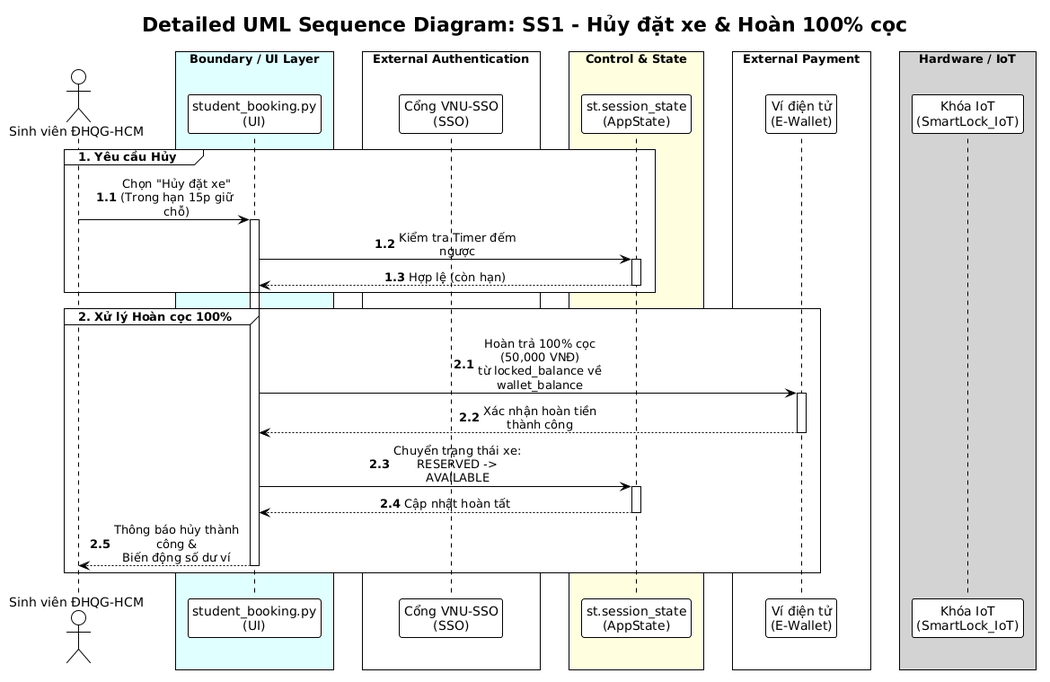
Dat-nguyen195/BTL_1_CNPM keeps this PlantUML diagram as docs/diagrams/Use-case detail-scenario/SS1/Sequence diagrams/UC_SS1_03_NguyenThanhDat_sequence.png. Above is the earlier version. The source it was exported from:
```plantuml
@startuml
!theme plain
skinparam sequenceMessageAlign center
skinparam maxMessageSize 150
skinparam BoxPadding 10

title "Detailed UML Sequence Diagram: SS1 - Hủy đặt xe & Hoàn 100% cọc"

actor "Sinh viên ĐHQG-HCM" as Student
box "Boundary / UI Layer" #LightCyan
participant "student_booking.py\n(UI)" as UI
end box
box "External Authentication" #White
participant "Cổng VNU-SSO\n(SSO)" as SSO
end box
box "Control & State" #LightYellow
participant "st.session_state\n(AppState)" as AppState
end box
box "External Payment" #White
participant "Ví điện tử\n(E-Wallet)" as EWallet
end box
box "Hardware / IoT" #LightGray
participant "Khóa IoT\n(SmartLock_IoT)" as SmartLock
end box

autonumber 1.1
group 1. Yêu cầu Hủy
    Student -> UI: Chọn "Hủy đặt xe"\n(Trong hạn 15p giữ chỗ)
    activate UI

    UI -> AppState: Kiểm tra Timer đếm ngược
    activate AppState
    AppState --> UI: Hợp lệ (còn hạn)
    deactivate AppState
end

autonumber 2.1
group 2. Xử lý Hoàn cọc 100%
    UI -> EWallet: Hoàn trả 100% cọc (50,000 VNĐ)\ntừ locked_balance về wallet_balance
    activate EWallet
    EWallet --> UI: Xác nhận hoàn tiền thành công
    deactivate EWallet

    UI -> AppState: Chuyển trạng thái xe:\nRESERVED -> AVAILABLE
    activate AppState
    AppState --> UI: Cập nhật hoàn tất
    deactivate AppState

    UI --> Student: Thông báo hủy thành công &\nBiến động số dư ví
    deactivate UI
end
@enduml
```
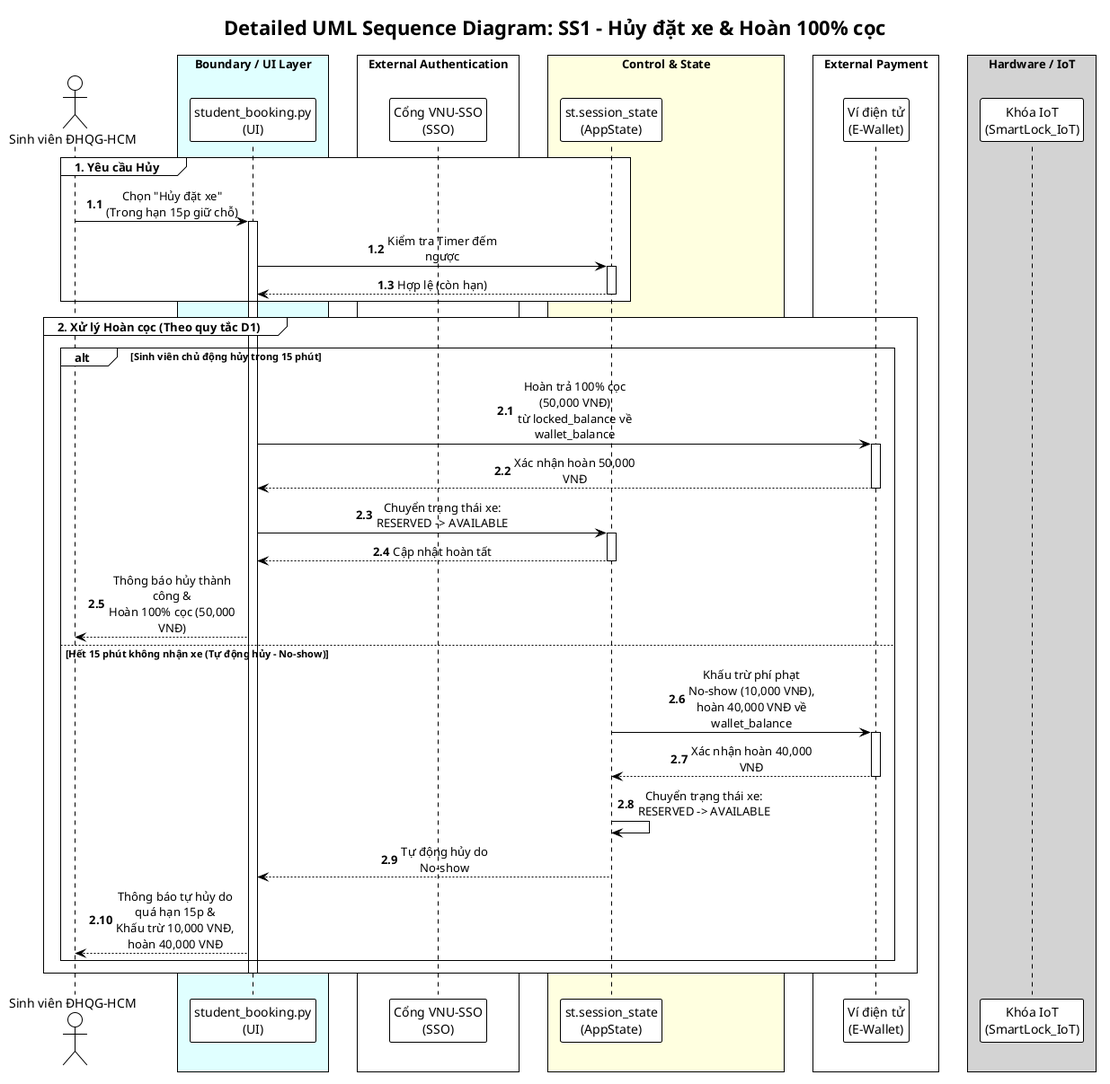
After the commit.

Diff of the diagram source:
```diff
@@ -1,4 +1,5 @@
-@startuml
+@startuml UC_SS1_03_NguyenThanhDat_sequence
+!pragma layout smetana
 !theme plain
 skinparam sequenceMessageAlign center
 skinparam maxMessageSize 150
@@ -35,18 +36,30 @@
 end
 
 autonumber 2.1
-group 2. Xử lý Hoàn cọc 100%
-    UI -> EWallet: Hoàn trả 100% cọc (50,000 VNĐ)\ntừ locked_balance về wallet_balance
-    activate EWallet
-    EWallet --> UI: Xác nhận hoàn tiền thành công
-    deactivate EWallet
+group 2. Xử lý Hoàn cọc (Theo quy tắc D1)
+    alt Sinh viên chủ động hủy trong 15 phút
+        UI -> EWallet: Hoàn trả 100% cọc (50,000 VNĐ)\ntừ locked_balance về wallet_balance
+        activate EWallet
+        EWallet --> UI: Xác nhận hoàn 50,000 VNĐ
+        deactivate EWallet
 
-    UI -> AppState: Chuyển trạng thái xe:\nRESERVED -> AVAILABLE
-    activate AppState
-    AppState --> UI: Cập nhật hoàn tất
-    deactivate AppState
+        UI -> AppState: Chuyển trạng thái xe:\nRESERVED -> AVAILABLE
+        activate AppState
+        AppState --> UI: Cập nhật hoàn tất
+        deactivate AppState
 
-    UI --> Student: Thông báo hủy thành công &\nBiến động số dư ví
+        UI --> Student: Thông báo hủy thành công &\nHoàn 100% cọc (50,000 VNĐ)
+    else Hết 15 phút không nhận xe (Tự động hủy - No-show)
+        AppState -> EWallet: Khấu trừ phí phạt No-show (10,000 VNĐ),\nhoàn 40,000 VNĐ về wallet_balance
+        activate EWallet
+        EWallet --> AppState: Xác nhận hoàn 40,000 VNĐ
+        deactivate EWallet
+
+        AppState -> AppState: Chuyển trạng thái xe:\nRESERVED -> AVAILABLE
+        AppState --> UI: Tự động hủy do No-show
+        UI --> Student: Thông báo tự hủy do quá hạn 15p &\nKhấu trừ 10,000 VNĐ, hoàn 40,000 VNĐ
+    end
     deactivate UI
 end
+
 @enduml
```
